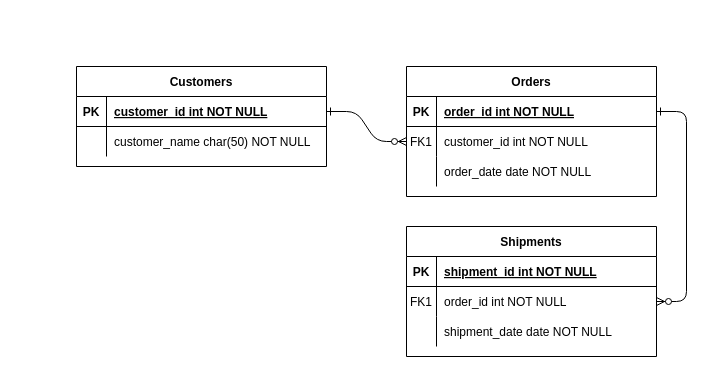
Before: page "Page-1" (1 of 2) of Untitled Diagram.drawio in renaissanceplanning/LCBRT_TOD, a draw.io diagram. Source tidied: cells renumbered, new cells numbered last; positions are measured from the earlier drawing's top-left corner, leaving out a move shared by most shapes. Both pictures are drawn from the tidied source at 100%, with x=0, y=0 at pixel (76, 66).
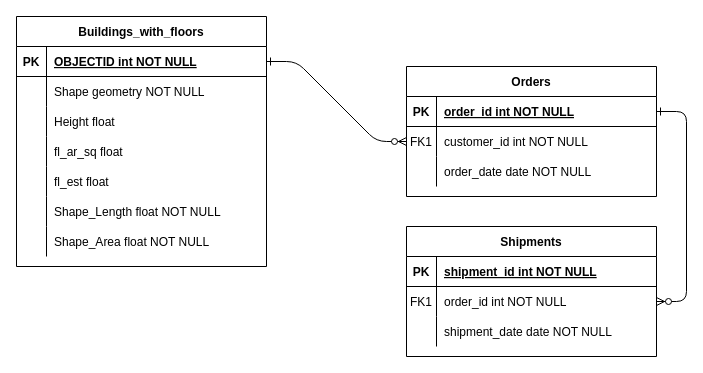
The same diagram, later.

Commit message:
corridors and segments

Unchanged cells that the change refers to:
```xml
<mxCell id="25" style="shape=partialRectangle;fillColor=none;points=[[0,0.5],[1,0.5]];portConstraint=eastwest;top=0;left=0;right=0;bottom=1;" parent="24" vertex="1">
  <mxGeometry y="30" width="250" height="30" as="geometry" />
</mxCell>
```

Diff of the diagram source:
```diff
@@
-    <mxCell id="24" value="Customers" style="shape=table;startSize=30;childLayout=tableLayout;rowLines=0;fontStyle=1;align=center;" parent="1" vertex="1">
-      <mxGeometry width="250" height="100" as="geometry" />
+    <mxCell id="24" value="Buildings_with_floors" style="shape=table;startSize=30;childLayout=tableLayout;rowLines=0;fontStyle=1;align=center;" parent="1" vertex="1">
+      <mxGeometry x="-60" y="-50" width="250" height="250" as="geometry" />
     </mxCell>
@@
-    <mxCell id="27" value="customer_id int NOT NULL " style="shape=partialRectangle;overflow=hidden;fillColor=none;top=0;left=0;bottom=0;right=0;align=left;spacingLeft=6;fontStyle=5;" parent="25" vertex="1">
+    <mxCell id="27" value="OBJECTID int NOT NULL " style="shape=partialRectangle;overflow=hidden;fillColor=none;top=0;left=0;bottom=0;right=0;align=left;spacingLeft=6;fontStyle=5;" parent="25" vertex="1">
       <mxGeometry x="30" width="220" height="30" as="geometry" />
     </mxCell>
+    <mxCell id="31" style="shape=partialRectangle;fillColor=none;top=0;left=0;right=0;bottom=0;" parent="24" vertex="1">
+      <mxGeometry y="60" width="250" height="30" as="geometry" />
+    </mxCell>
+    <mxCell id="32" style="shape=partialRectangle;overflow=hidden;fillColor=none;top=0;left=0;bottom=0;right=0;" parent="31" vertex="1">
+      <mxGeometry width="30" height="30" as="geometry" />
+    </mxCell>
+    <mxCell id="33" value="Shape geometry NOT NULL" style="shape=partialRectangle;overflow=hidden;fillColor=none;top=0;left=0;bottom=0;right=0;align=left;spacingLeft=6;" parent="31" vertex="1">
+      <mxGeometry x="30" width="220" height="30" as="geometry" />
+    </mxCell>
     <mxCell id="28" style="shape=partialRectangle;fillColor=none;top=0;left=0;right=0;bottom=0;" parent="24" vertex="1">
-      <mxGeometry y="60" width="250" height="30" as="geometry" />
+      <mxGeometry y="90" width="250" height="30" as="geometry" />
     </mxCell>
@@
-    <mxCell id="30" value="customer_name char(50) NOT NULL" style="shape=partialRectangle;overflow=hidden;fillColor=none;top=0;left=0;bottom=0;right=0;align=left;spacingLeft=6;" parent="28" vertex="1">
+    <mxCell id="30" value="Height float" style="shape=partialRectangle;overflow=hidden;fillColor=none;top=0;left=0;bottom=0;right=0;align=left;spacingLeft=6;" parent="28" vertex="1">
       <mxGeometry x="30" width="220" height="30" as="geometry" />
     </mxCell>
+    <mxCell id="34" style="shape=partialRectangle;fillColor=none;top=0;left=0;right=0;bottom=0;" parent="24" vertex="1">
+      <mxGeometry y="120" width="250" height="30" as="geometry" />
+    </mxCell>
+    <mxCell id="35" style="shape=partialRectangle;overflow=hidden;fillColor=none;top=0;left=0;bottom=0;right=0;" parent="34" vertex="1">
+      <mxGeometry width="30" height="30" as="geometry" />
+    </mxCell>
+    <mxCell id="36" value="fl_ar_sq float" style="shape=partialRectangle;overflow=hidden;fillColor=none;top=0;left=0;bottom=0;right=0;align=left;spacingLeft=6;" parent="34" vertex="1">
+      <mxGeometry x="30" width="220" height="30" as="geometry" />
+    </mxCell>
+    <mxCell id="37" style="shape=partialRectangle;fillColor=none;top=0;left=0;right=0;bottom=0;" parent="24" vertex="1">
+      <mxGeometry y="150" width="250" height="30" as="geometry" />
+    </mxCell>
+    <mxCell id="38" style="shape=partialRectangle;overflow=hidden;fillColor=none;top=0;left=0;bottom=0;right=0;" parent="37" vertex="1">
+      <mxGeometry width="30" height="30" as="geometry" />
+    </mxCell>
+    <mxCell id="39" value="fl_est float" style="shape=partialRectangle;overflow=hidden;fillColor=none;top=0;left=0;bottom=0;right=0;align=left;spacingLeft=6;" parent="37" vertex="1">
+      <mxGeometry x="30" width="220" height="30" as="geometry" />
+    </mxCell>
+    <mxCell id="40" style="shape=partialRectangle;fillColor=none;top=0;left=0;right=0;bottom=0;" parent="24" vertex="1">
+      <mxGeometry y="180" width="250" height="30" as="geometry" />
+    </mxCell>
+    <mxCell id="41" style="shape=partialRectangle;overflow=hidden;fillColor=none;top=0;left=0;bottom=0;right=0;" parent="40" vertex="1">
+      <mxGeometry width="30" height="30" as="geometry" />
+    </mxCell>
+    <mxCell id="42" value="Shape_Length float NOT NULL" style="shape=partialRectangle;overflow=hidden;fillColor=none;top=0;left=0;bottom=0;right=0;align=left;spacingLeft=6;" parent="40" vertex="1">
+      <mxGeometry x="30" width="220" height="30" as="geometry" />
+    </mxCell>
+    <mxCell id="43" style="shape=partialRectangle;fillColor=none;top=0;left=0;right=0;bottom=0;" parent="24" vertex="1">
+      <mxGeometry y="210" width="250" height="30" as="geometry" />
+    </mxCell>
+    <mxCell id="44" style="shape=partialRectangle;overflow=hidden;fillColor=none;top=0;left=0;bottom=0;right=0;" parent="43" vertex="1">
+      <mxGeometry width="30" height="30" as="geometry" />
+    </mxCell>
+    <mxCell id="45" value="Shape_Area float NOT NULL" style="shape=partialRectangle;overflow=hidden;fillColor=none;top=0;left=0;bottom=0;right=0;align=left;spacingLeft=6;" parent="43" vertex="1">
+      <mxGeometry x="30" width="220" height="30" as="geometry" />
+    </mxCell>
```
